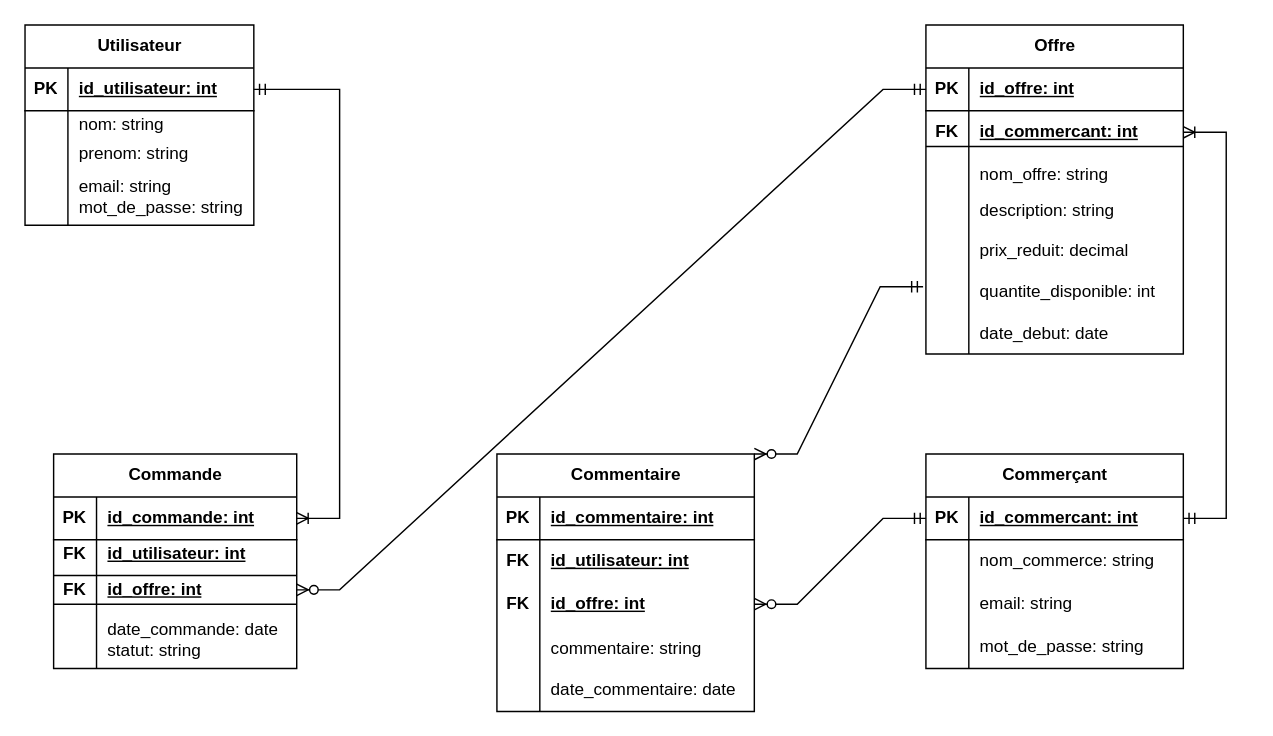
Before: Diagramme de classe.drawio in Imadsalma-GaspillageAlimentaire/MY-PROJET, a draw.io diagram. Source tidied: cells renumbered, new cells numbered last; positions are measured from the earlier drawing's top-left corner, leaving out a move shared by most shapes. Both pictures are drawn from the tidied source at 143%, with x=0, y=0 at pixel (24, 24).
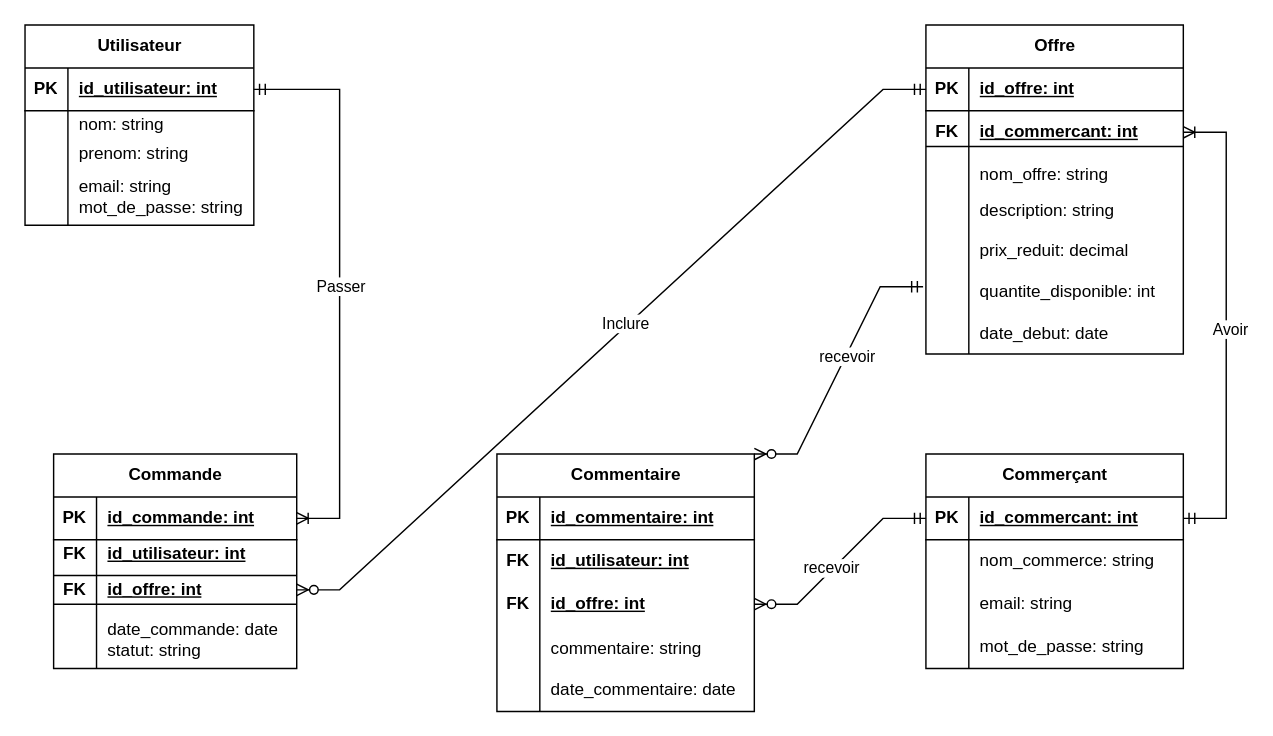
The same page after the edit.

Commit message:
Mettre à jour Diagramme de classe.drawio

Unchanged cells that the change refers to:
```xml
<mxCell id="68" style="edgeStyle=entityRelationEdgeStyle;fontSize=12;html=1;endArrow=ERoneToMany;startArrow=ERmandOne;rounded=0;exitX=1;exitY=0.5;exitDx=0;exitDy=0;" parent="1" edge="1" source="3" target="16">
  <mxGeometry relative="1" as="geometry" />
</mxCell>
<mxCell id="69" style="edgeStyle=entityRelationEdgeStyle;fontSize=12;html=1;endArrow=ERoneToMany;startArrow=ERmandOne;rounded=0;exitX=1;exitY=0.5;exitDx=0;exitDy=0;" parent="1" edge="1" source="56" target="33">
  <mxGeometry relative="1" as="geometry" />
</mxCell>
<mxCell id="70" style="edgeStyle=entityRelationEdgeStyle;fontSize=12;html=1;endArrow=ERzeroToMany;startArrow=ERmandOne;rounded=0;exitX=0;exitY=0.5;exitDx=0;exitDy=0;entryX=1;entryY=0.5;entryDx=0;entryDy=0;" parent="1" edge="1" source="56" target="49">
  <mxGeometry relative="1" as="geometry" />
</mxCell>
<mxCell id="71" style="edgeStyle=entityRelationEdgeStyle;fontSize=12;html=1;endArrow=ERzeroToMany;startArrow=ERmandOne;rounded=0;exitX=0;exitY=0.5;exitDx=0;exitDy=0;" parent="1" edge="1" source="30" target="22">
  <mxGeometry relative="1" as="geometry">
    <Array as="points">
      <mxPoint x="300" y="160" />
      <mxPoint x="340" y="170" />
      <mxPoint x="280" y="180" />
    </Array>
  </mxGeometry>
</mxCell>
<mxCell id="72" style="edgeStyle=entityRelationEdgeStyle;fontSize=12;html=1;endArrow=ERzeroToMany;startArrow=ERmandOne;rounded=0;exitX=-0.011;exitY=0.573;exitDx=0;exitDy=0;exitPerimeter=0;entryX=1;entryY=0;entryDx=0;entryDy=0;" parent="1" edge="1" source="39" target="42">
  <mxGeometry relative="1" as="geometry">
    <Array as="points">
      <mxPoint x="610" y="290" />
      <mxPoint x="630" y="320" />
      <mxPoint x="410" y="50" />
      <mxPoint x="350" y="130" />
      <mxPoint x="400" y="90" />
      <mxPoint x="260" y="70" />
      <mxPoint x="400" y="60" />
      <mxPoint x="630" y="310" />
    </Array>
  </mxGeometry>
</mxCell>
```

The edit, as a diff of the source:
```diff
@@
+    <mxCell id="75" value="Passer" style="edgeLabel;html=1;align=center;verticalAlign=middle;" parent="68" vertex="1">
+      <mxGeometry x="0.01" relative="1" as="geometry" />
+    </mxCell>
@@
+    <mxCell id="76" value="Avoir" style="edgeLabel;html=1;align=center;verticalAlign=middle;" parent="69" vertex="1">
+      <mxGeometry x="-0.01" y="-2" relative="1" as="geometry" />
+    </mxCell>
@@
+    <mxCell id="77" value="recevoir" style="edgeLabel;html=1;align=center;verticalAlign=middle;" parent="70" vertex="1">
+      <mxGeometry x="0.11" y="-1" relative="1" as="geometry" />
+    </mxCell>
@@
+    <mxCell id="78" value="Inclure" style="edgeLabel;html=1;align=center;verticalAlign=middle;" parent="71" vertex="1">
+      <mxGeometry x="-0.05" y="-3" relative="1" as="geometry">
+        <mxPoint x="1" as="offset" />
+      </mxGeometry>
+    </mxCell>
@@
+    <mxCell id="79" value="recevoir" style="edgeLabel;html=1;align=center;verticalAlign=middle;" parent="72" vertex="1">
+      <mxGeometry x="-0.12" y="1" relative="1" as="geometry" />
+    </mxCell>
```
